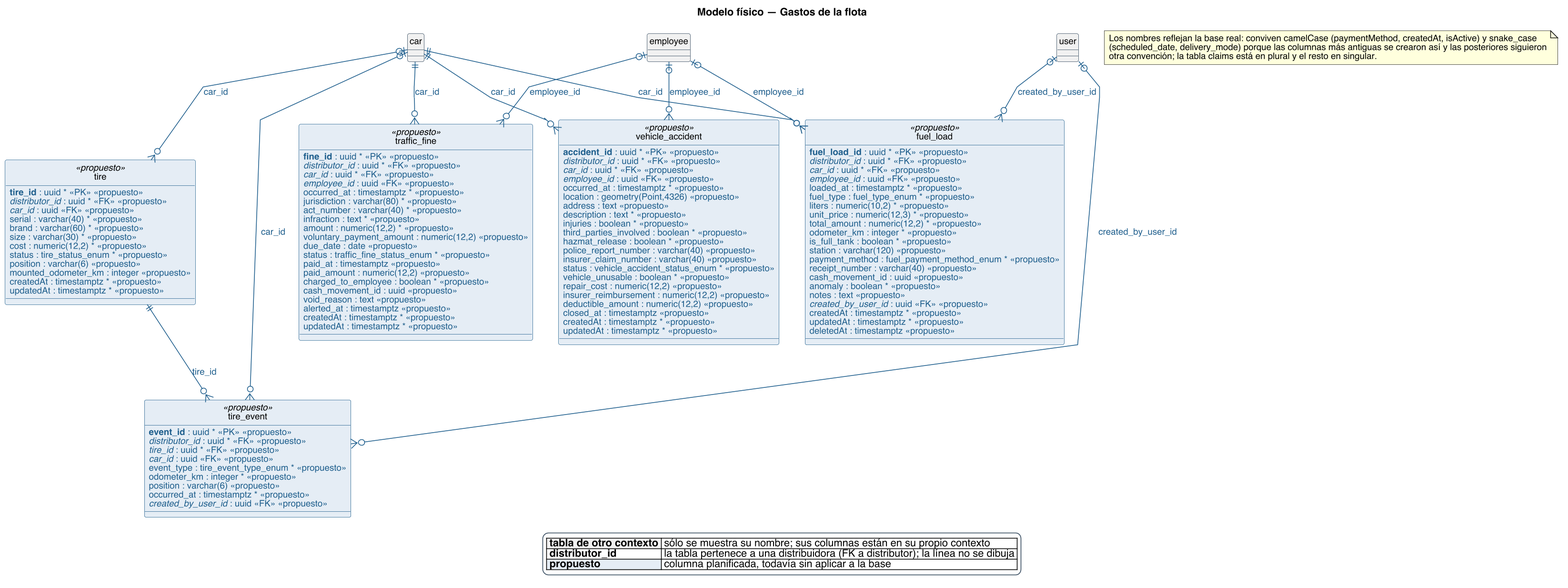
The PlantUML diagram diagramas/base-de-datos/fisico/SPLG-fisico-10-gastos-de-la-flota.png in Nahuelito-Dev/splg-docs, before a commit. The source it was exported from:
```plantuml
@startuml
title Modelo físico — Gastos de la flota
skinparam backgroundColor #FFFFFF
skinparam shadowing false
skinparam defaultFontName Helvetica
skinparam defaultFontSize 12
skinparam dpi 150
skinparam class {
  BorderColor #2C4257
  BackgroundColor #FFFFFF
  ArrowColor #2C4257
  FontSize 12
}
skinparam entity<<ajena>> {
  BackgroundColor #F1F1F1
  BorderColor #8A97A3
  FontColor #55616C
}
skinparam class<<propuesto>> {
  BorderColor #1F5E8C
  BackgroundColor #E4EDF4
}
skinparam entity<<propuesto>> {
  BorderColor #1F5E8C
  BackgroundColor #E4EDF4
}
skinparam legendBackgroundColor #FFFFFF
skinparam legendBorderColor #2C4257

hide circle
skinparam linetype polyline

entity "fuel_load" as e_fuel_load <<propuesto>> {
  {field} <color:#1F5E8C>**fuel_load_id** : uuid * <<PK>> <<propuesto>></color>
  {field} <color:#1F5E8C>//distributor_id// : uuid * <<FK>> <<propuesto>></color>
  {field} <color:#1F5E8C>//car_id// : uuid * <<FK>> <<propuesto>></color>
  {field} <color:#1F5E8C>//employee_id// : uuid <<FK>> <<propuesto>></color>
  {field} <color:#1F5E8C>loaded_at : timestamptz * <<propuesto>></color>
  {field} <color:#1F5E8C>fuel_type : fuel_type_enum * <<propuesto>></color>
  {field} <color:#1F5E8C>liters : numeric(10,2) * <<propuesto>></color>
  {field} <color:#1F5E8C>unit_price : numeric(12,3) * <<propuesto>></color>
  {field} <color:#1F5E8C>total_amount : numeric(12,2) * <<propuesto>></color>
  {field} <color:#1F5E8C>odometer_km : integer * <<propuesto>></color>
  {field} <color:#1F5E8C>is_full_tank : boolean * <<propuesto>></color>
  {field} <color:#1F5E8C>station : varchar(120) <<propuesto>></color>
  {field} <color:#1F5E8C>payment_method : fuel_payment_method_enum * <<propuesto>></color>
  {field} <color:#1F5E8C>receipt_number : varchar(40) <<propuesto>></color>
  {field} <color:#1F5E8C>cash_movement_id : uuid <<propuesto>></color>
  {field} <color:#1F5E8C>anomaly : boolean * <<propuesto>></color>
  {field} <color:#1F5E8C>notes : text <<propuesto>></color>
  {field} <color:#1F5E8C>//created_by_user_id// : uuid <<FK>> <<propuesto>></color>
  {field} <color:#1F5E8C>createdAt : timestamptz * <<propuesto>></color>
  {field} <color:#1F5E8C>updatedAt : timestamptz * <<propuesto>></color>
  {field} <color:#1F5E8C>deletedAt : timestamptz <<propuesto>></color>
}
entity "tire" as e_tire <<propuesto>> {
  {field} <color:#1F5E8C>**tire_id** : uuid * <<PK>> <<propuesto>></color>
  {field} <color:#1F5E8C>//distributor_id// : uuid * <<FK>> <<propuesto>></color>
  {field} <color:#1F5E8C>//car_id// : uuid <<FK>> <<propuesto>></color>
  {field} <color:#1F5E8C>serial : varchar(40) * <<propuesto>></color>
  {field} <color:#1F5E8C>brand : varchar(60) * <<propuesto>></color>
  {field} <color:#1F5E8C>size : varchar(30) * <<propuesto>></color>
  {field} <color:#1F5E8C>cost : numeric(12,2) * <<propuesto>></color>
  {field} <color:#1F5E8C>status : tire_status_enum * <<propuesto>></color>
  {field} <color:#1F5E8C>position : varchar(6) <<propuesto>></color>
  {field} <color:#1F5E8C>mounted_odometer_km : integer <<propuesto>></color>
  {field} <color:#1F5E8C>createdAt : timestamptz * <<propuesto>></color>
  {field} <color:#1F5E8C>updatedAt : timestamptz * <<propuesto>></color>
}
entity "traffic_fine" as e_traffic_fine <<propuesto>> {
  {field} <color:#1F5E8C>**fine_id** : uuid * <<PK>> <<propuesto>></color>
  {field} <color:#1F5E8C>//distributor_id// : uuid * <<FK>> <<propuesto>></color>
  {field} <color:#1F5E8C>//car_id// : uuid * <<FK>> <<propuesto>></color>
  {field} <color:#1F5E8C>//employee_id// : uuid <<FK>> <<propuesto>></color>
  {field} <color:#1F5E8C>occurred_at : timestamptz * <<propuesto>></color>
  {field} <color:#1F5E8C>jurisdiction : varchar(80) * <<propuesto>></color>
  {field} <color:#1F5E8C>act_number : varchar(40) * <<propuesto>></color>
  {field} <color:#1F5E8C>infraction : text * <<propuesto>></color>
  {field} <color:#1F5E8C>amount : numeric(12,2) * <<propuesto>></color>
  {field} <color:#1F5E8C>voluntary_payment_amount : numeric(12,2) <<propuesto>></color>
  {field} <color:#1F5E8C>due_date : date <<propuesto>></color>
  {field} <color:#1F5E8C>status : traffic_fine_status_enum * <<propuesto>></color>
  {field} <color:#1F5E8C>paid_at : timestamptz <<propuesto>></color>
  {field} <color:#1F5E8C>paid_amount : numeric(12,2) <<propuesto>></color>
  {field} <color:#1F5E8C>charged_to_employee : boolean * <<propuesto>></color>
  {field} <color:#1F5E8C>cash_movement_id : uuid <<propuesto>></color>
  {field} <color:#1F5E8C>void_reason : text <<propuesto>></color>
  {field} <color:#1F5E8C>alerted_at : timestamptz <<propuesto>></color>
  {field} <color:#1F5E8C>createdAt : timestamptz * <<propuesto>></color>
  {field} <color:#1F5E8C>updatedAt : timestamptz * <<propuesto>></color>
}
entity "vehicle_accident" as e_vehicle_accident <<propuesto>> {
  {field} <color:#1F5E8C>**accident_id** : uuid * <<PK>> <<propuesto>></color>
  {field} <color:#1F5E8C>//distributor_id// : uuid * <<FK>> <<propuesto>></color>
  {field} <color:#1F5E8C>//car_id// : uuid * <<FK>> <<propuesto>></color>
  {field} <color:#1F5E8C>//employee_id// : uuid <<FK>> <<propuesto>></color>
  {field} <color:#1F5E8C>occurred_at : timestamptz * <<propuesto>></color>
  {field} <color:#1F5E8C>location : geometry(Point,4326) <<propuesto>></color>
  {field} <color:#1F5E8C>address : text <<propuesto>></color>
  {field} <color:#1F5E8C>description : text * <<propuesto>></color>
  {field} <color:#1F5E8C>injuries : boolean * <<propuesto>></color>
  {field} <color:#1F5E8C>third_parties_involved : boolean * <<propuesto>></color>
  {field} <color:#1F5E8C>hazmat_release : boolean * <<propuesto>></color>
  {field} <color:#1F5E8C>police_report_number : varchar(40) <<propuesto>></color>
  {field} <color:#1F5E8C>insurer_claim_number : varchar(40) <<propuesto>></color>
  {field} <color:#1F5E8C>status : vehicle_accident_status_enum * <<propuesto>></color>
  {field} <color:#1F5E8C>vehicle_unusable : boolean * <<propuesto>></color>
  {field} <color:#1F5E8C>repair_cost : numeric(12,2) <<propuesto>></color>
  {field} <color:#1F5E8C>insurer_reimbursement : numeric(12,2) <<propuesto>></color>
  {field} <color:#1F5E8C>deductible_amount : numeric(12,2) <<propuesto>></color>
  {field} <color:#1F5E8C>closed_at : timestamptz <<propuesto>></color>
  {field} <color:#1F5E8C>createdAt : timestamptz * <<propuesto>></color>
  {field} <color:#1F5E8C>updatedAt : timestamptz * <<propuesto>></color>
}
entity "tire_event" as e_tire_event <<propuesto>> {
  {field} <color:#1F5E8C>**event_id** : uuid * <<PK>> <<propuesto>></color>
  {field} <color:#1F5E8C>//distributor_id// : uuid * <<FK>> <<propuesto>></color>
  {field} <color:#1F5E8C>//tire_id// : uuid * <<FK>> <<propuesto>></color>
  {field} <color:#1F5E8C>//car_id// : uuid <<FK>> <<propuesto>></color>
  {field} <color:#1F5E8C>event_type : tire_event_type_enum * <<propuesto>></color>
  {field} <color:#1F5E8C>odometer_km : integer * <<propuesto>></color>
  {field} <color:#1F5E8C>position : varchar(6) <<propuesto>></color>
  {field} <color:#1F5E8C>occurred_at : timestamptz * <<propuesto>></color>
  {field} <color:#1F5E8C>//created_by_user_id// : uuid <<FK>> <<propuesto>></color>
}
entity "car" as e_car #F1F1F1 {
}
entity "employee" as e_employee #F1F1F1 {
}
entity "user" as e_user #F1F1F1 {
}

e_car ||--o{ e_fuel_load #line:1F5E8C;text:1F5E8C : car_id
e_employee |o--o{ e_fuel_load #line:1F5E8C;text:1F5E8C : employee_id
e_user |o--o{ e_fuel_load #line:1F5E8C;text:1F5E8C : created_by_user_id
e_car |o--o{ e_tire #line:1F5E8C;text:1F5E8C : car_id
e_car ||--o{ e_traffic_fine #line:1F5E8C;text:1F5E8C : car_id
e_employee |o--o{ e_traffic_fine #line:1F5E8C;text:1F5E8C : employee_id
e_car ||--o{ e_vehicle_accident #line:1F5E8C;text:1F5E8C : car_id
e_employee |o--o{ e_vehicle_accident #line:1F5E8C;text:1F5E8C : employee_id
e_tire ||--o{ e_tire_event #line:1F5E8C;text:1F5E8C : tire_id
e_car |o--o{ e_tire_event #line:1F5E8C;text:1F5E8C : car_id
e_user |o--o{ e_tire_event #line:1F5E8C;text:1F5E8C : created_by_user_id

legend bottom
|<#F1F1F1> **tabla de otro contexto** | sólo se muestra su nombre; sus columnas están en su propio contexto |
|<#FFFFFF> **distributor_id** | la tabla pertenece a una distribuidora (FK a distributor); la línea no se dibuja |
|<#E4EDF4> **propuesto** | columna planificada, todavía sin aplicar a la base |
endlegend
note as N
  Los nombres reflejan la base real: conviven camelCase (paymentMethod, createdAt, isActive) y snake_case
  (scheduled_date, delivery_mode) porque las columnas más antiguas se crearon así y las posteriores siguieron
  otra convención; la tabla claims está en plural y el resto en singular.
end note
@enduml
```
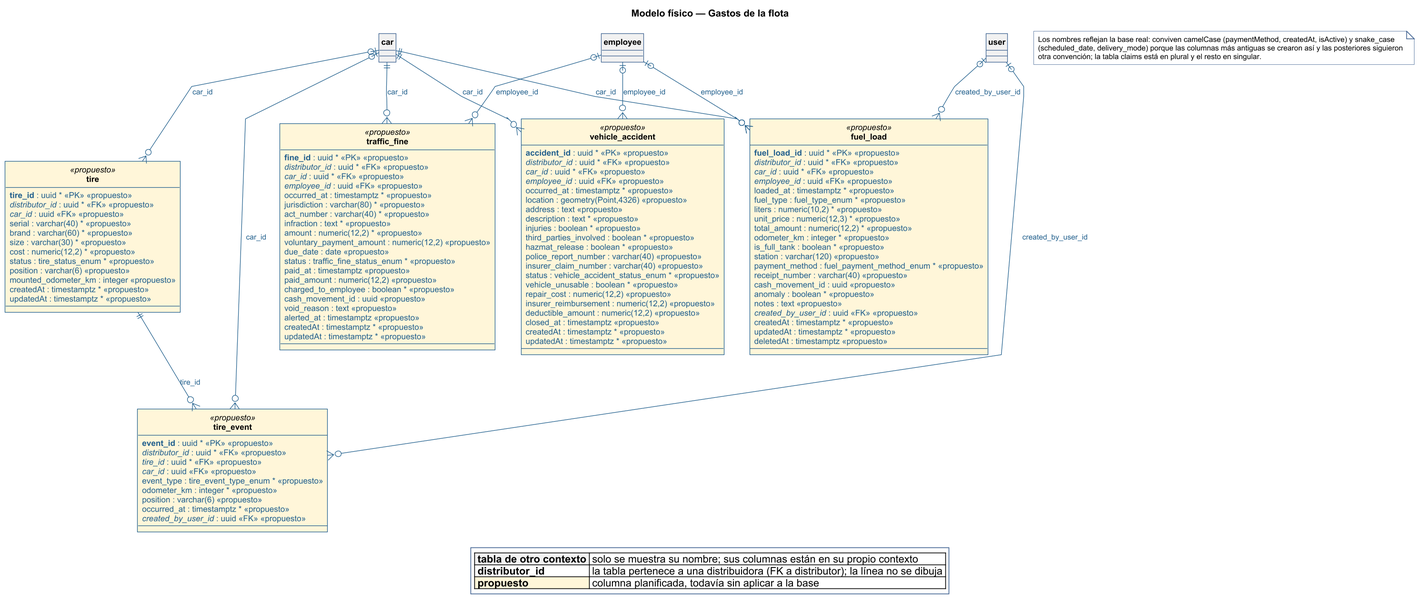
The same file after the commit.

Change to the diagram source:
```diff
@@ -1,16 +1,6 @@
 @startuml
 title Modelo físico — Gastos de la flota
-skinparam backgroundColor #FFFFFF
-skinparam shadowing false
-skinparam defaultFontName Helvetica
-skinparam defaultFontSize 12
-skinparam dpi 150
-skinparam class {
-  BorderColor #2C4257
-  BackgroundColor #FFFFFF
-  ArrowColor #2C4257
-  FontSize 12
-}
+!include ../../estilo-vp.iuml
 skinparam entity<<ajena>> {
   BackgroundColor #F1F1F1
   BorderColor #8A97A3
@@ -18,14 +8,12 @@
 }
 skinparam class<<propuesto>> {
   BorderColor #1F5E8C
-  BackgroundColor #E4EDF4
+  BackgroundColor #FFF6D9
 }
 skinparam entity<<propuesto>> {
   BorderColor #1F5E8C
-  BackgroundColor #E4EDF4
+  BackgroundColor #FFF6D9
 }
-skinparam legendBackgroundColor #FFFFFF
-skinparam legendBorderColor #2C4257
 
 hide circle
 skinparam linetype polyline
@@ -143,9 +131,9 @@
 e_user |o--o{ e_tire_event #line:1F5E8C;text:1F5E8C : created_by_user_id
 
 legend bottom
-|<#F1F1F1> **tabla de otro contexto** | sólo se muestra su nombre; sus columnas están en su propio contexto |
+|<#F1F1F1> **tabla de otro contexto** | solo se muestra su nombre; sus columnas están en su propio contexto |
 |<#FFFFFF> **distributor_id** | la tabla pertenece a una distribuidora (FK a distributor); la línea no se dibuja |
-|<#E4EDF4> **propuesto** | columna planificada, todavía sin aplicar a la base |
+|<#FFF6D9> **propuesto** | columna planificada, todavía sin aplicar a la base |
 endlegend
 note as N
   Los nombres reflejan la base real: conviven camelCase (paymentMethod, createdAt, isActive) y snake_case
```
